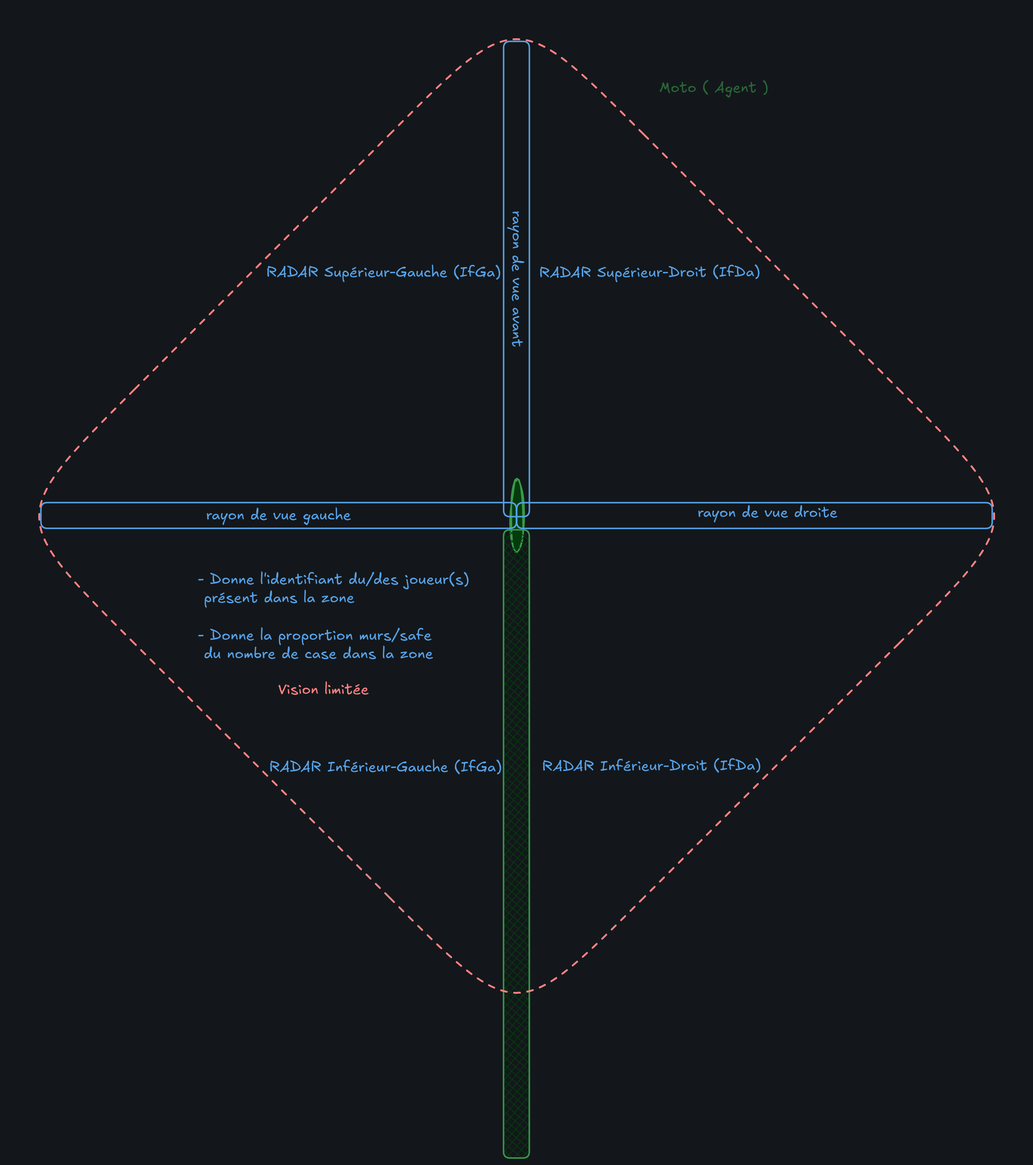
This is présentation/images/Perception_amelioree.png from IssamBenAhmed/ProjetIsimaG6_mirroir, a Excalidraw export, as it was before one commit. Source tidied: one line per element, renumbered; positions are measured from the earlier drawing's top-left corner, leaving out a move shared by most shapes.
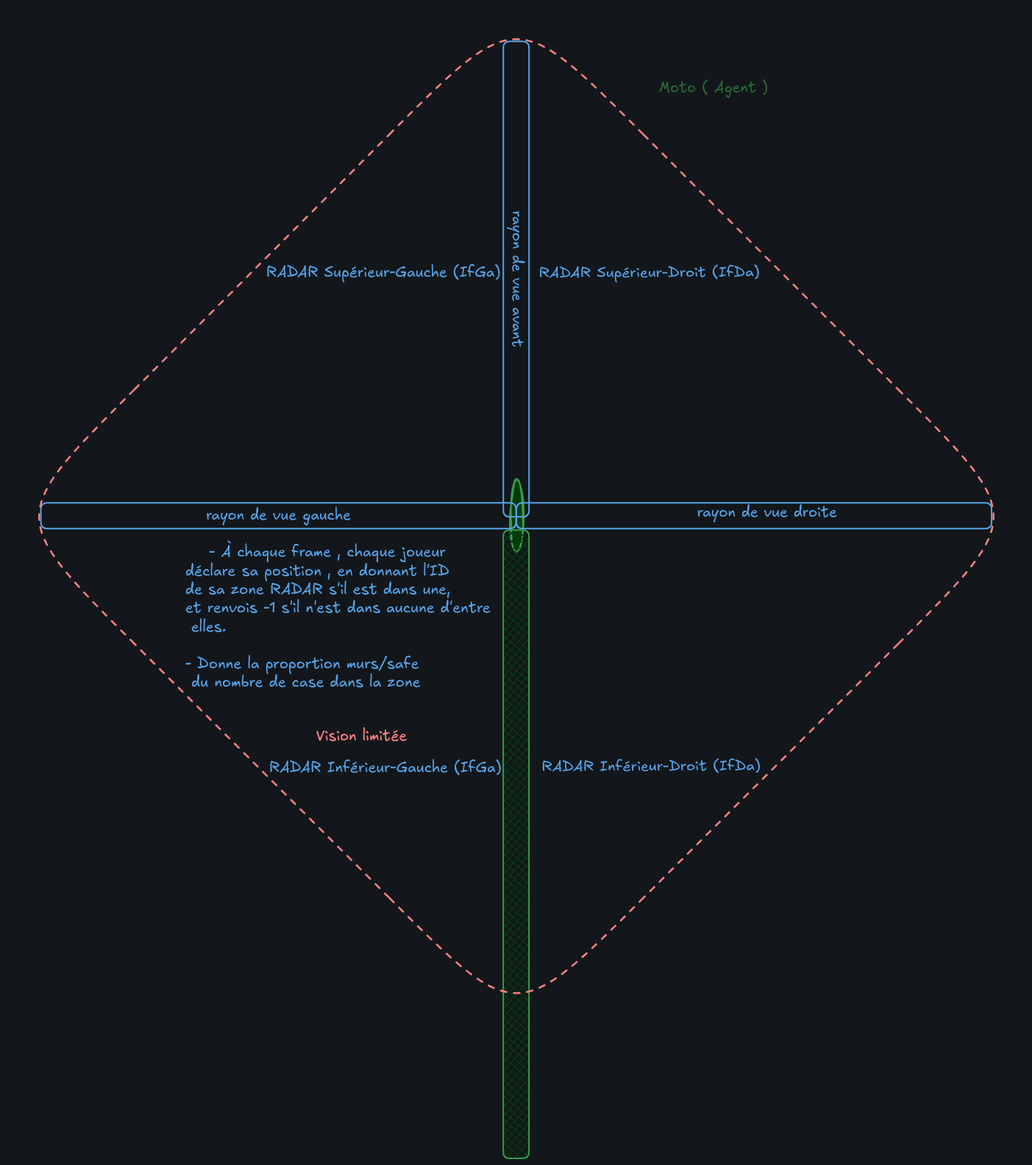
After the commit.

Commit message:
suite au conseil du professeur , on limite dans un premier temps l'apprentissage au perception linéaire, plus d'antisuicide

The edit, as a diff of the source:
```diff
@@ -3,8 +3,8 @@
 {"id": 2, "type": "text", "text": "rayon de vue gauche", "strokeColor": "#1971c2", "strokeWidth": 2, "roughness": 0, "fontSize": 20, "fontFamily": 5, "textAlign": "center", "verticalAlign": "middle", "inside": 1, "x": 270, "y": 678, "width": 197, "height": 25}
 {"id": 3, "type": "text", "text": "rayon de vue droite", "strokeColor": "#1971c2", "strokeWidth": 2, "roughness": 0, "fontSize": 20, "fontFamily": 5, "textAlign": "center", "x": 938, "y": 675, "width": 190, "height": 25}
 {"id": 4, "type": "text", "text": "RADAR Inférieur-Gauche (IfGa)", "strokeColor": "#1971c2", "strokeWidth": 2, "roughness": 0, "fontSize": 20, "fontFamily": 5, "textAlign": "center", "x": 356, "y": 1021, "width": 316, "height": 25}
-{"id": 5, "type": "text", "text": "- Donne l'identifiant du/des joueur(s)\n présent dans la zone\n\n- Donne la proportion murs/safe\n du nombre de case dans la zone\n", "strokeColor": "#1971c2", "strokeWidth": 2, "roughness": 0, "fontSize": 20.23, "fontFamily": 5, "x": 259, "y": 766, "width": 369, "height": 152}
+{"id": 5, "type": "text", "text": "    - À chaque frame , chaque joueur\ndéclare sa position , en donnant l'ID\nde sa zone RADAR s'il est dans une,\net renvois -1 s'il n'est dans aucune d'entre\n elles.\n\n- Donne la proportion murs/safe\n du nombre de case dans la zone\n", "strokeColor": "#1971c2", "strokeWidth": 2, "roughness": 0, "fontSize": 20.23, "fontFamily": 5, "x": 242, "y": 729, "width": 415, "height": 228}
-{"id": 6, "type": "text", "text": "Vision limitée", "strokeColor": "#e03131", "strokeWidth": 2, "roughness": 0, "fontSize": 20, "fontFamily": 5, "x": 368, "y": 916, "width": 123, "height": 25}
+{"id": 6, "type": "text", "text": "Vision limitée", "strokeColor": "#e03131", "strokeWidth": 2, "roughness": 0, "fontSize": 20, "fontFamily": 5, "x": 420, "y": 979, "width": 123, "height": 25}
 {"id": 7, "type": "rectangle", "strokeColor": "#1971c2", "angle": 1.57, "strokeWidth": 2, "roughness": 0, "round": true, "x": 369, "y": 352, "width": 646, "height": 35}
 {"id": 8, "type": "text", "text": "rayon de vue avant", "strokeColor": "#1971c2", "angle": 1.57, "strokeWidth": 2, "roughness": 0, "fontSize": 20, "fontFamily": 5, "textAlign": "center", "verticalAlign": "middle", "inside": 7, "x": 599, "y": 357, "width": 186, "height": 25}
 {"id": 9, "type": "rectangle", "strokeColor": "#2f9e44", "angle": 1.57, "backgroundColor": "#b2f2bb", "fillStyle": "cross-hatch", "strokeWidth": 2, "roughness": 0, "round": true, "x": 265, "y": 1120, "width": 854, "height": 35}
```
